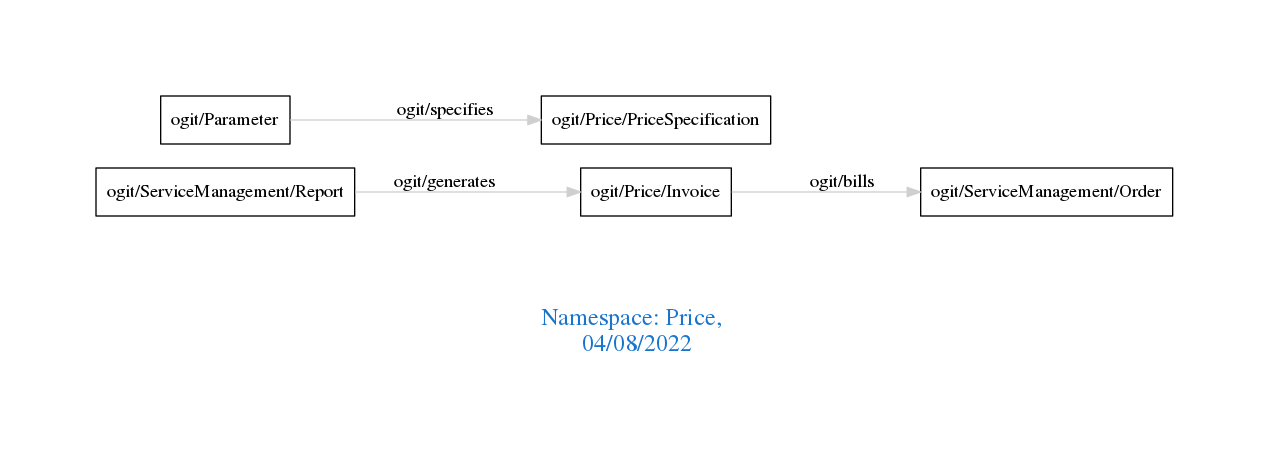
Earlier version of the Graphviz export downloads/Price.png (arago/OGIT). Its source is kept beside it as downloads/Price.dot.
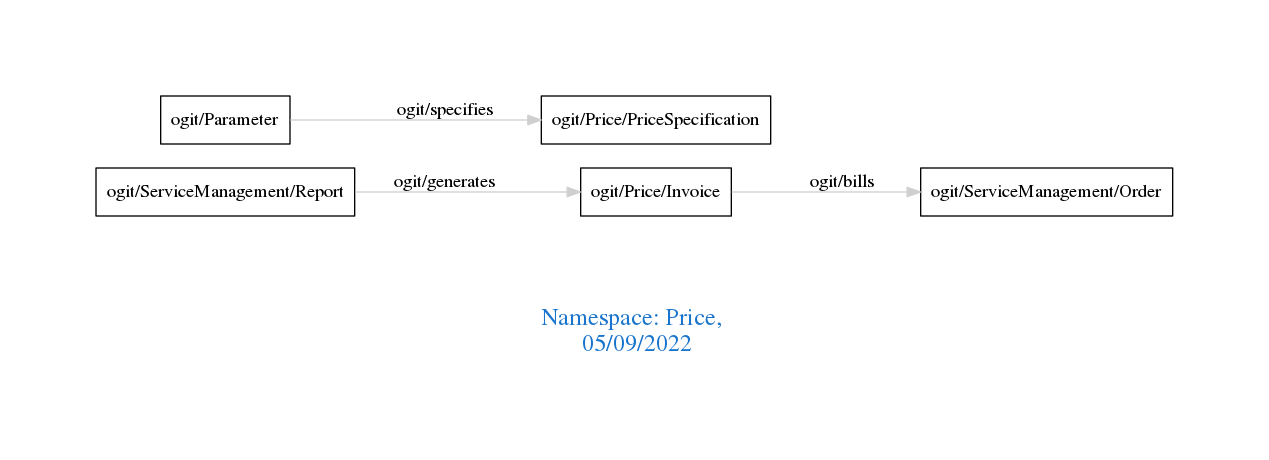
Later version of the same file.

Diff of the diagram source:
```diff
@@ -1,7 +1,7 @@
 digraph OGIT_ontology {
  graph [ rankdir= LR,pad=1
 fontsize = 18,
-fontcolor= dodgerblue3,label = "\n\n\nNamespace: Price, \n 04/08/2022"];
+fontcolor= dodgerblue3,label = "\n\n\nNamespace: Price, \n 05/09/2022"];
 node[shape=polygon];
 edge [  color="gray81"];
 
```
